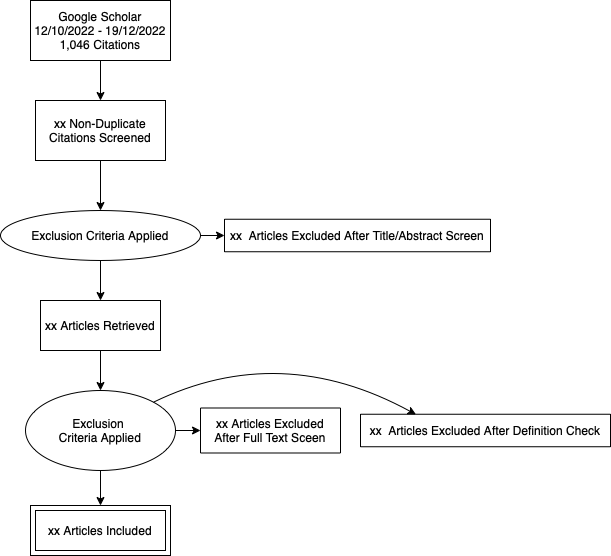
Above: images/PRISMA.png in itsaugat/sf_survey (draw.io), before the change. Source tidied: cells renumbered, new cells last; positions are measured from the earlier drawing's top-left corner, leaving out a move shared by most shapes. The source it was exported from:
```xml
<mxGraphModel>
  <root>
    <mxCell id="0" />
    <mxCell id="1" parent="0" />
    <mxCell id="2" value="Google Scholar&lt;br&gt;12/10/2022 - 19/12/2022&lt;br&gt;1,046 Citations" style="rounded=0;whiteSpace=wrap;html=1;" parent="1" vertex="1">
      <mxGeometry x="30" width="140" height="60" as="geometry" />
    </mxCell>
    <mxCell id="3" style="endArrow=classic;html=1;rounded=0;exitX=0.5;exitY=1;exitDx=0;exitDy=0;entryX=0.5;entryY=0;entryDx=0;entryDy=0;" parent="1" edge="1" source="2" target="4">
      <mxGeometry relative="1" as="geometry" />
    </mxCell>
    <mxCell id="4" value="xx Non-Duplicate&lt;br&gt;Citations Screened" style="rounded=0;whiteSpace=wrap;html=1;" parent="1" vertex="1">
      <mxGeometry x="35" y="100" width="130" height="60" as="geometry" />
    </mxCell>
    <mxCell id="5" style="edgeStyle=orthogonalEdgeStyle;rounded=0;jettySize=auto;html=1;exitX=1;exitY=0.5;exitDx=0;exitDy=0;entryX=0;entryY=0.5;entryDx=0;entryDy=0;" parent="1" edge="1" source="7" target="9">
      <mxGeometry relative="1" as="geometry" />
    </mxCell>
    <mxCell id="6" style="edgeStyle=orthogonalEdgeStyle;rounded=0;jettySize=auto;html=1;exitX=0.5;exitY=1;exitDx=0;exitDy=0;entryX=0.5;entryY=0;entryDx=0;entryDy=0;" parent="1" edge="1" source="7" target="11">
      <mxGeometry relative="1" as="geometry" />
    </mxCell>
    <mxCell id="7" value="Exclusion Criteria Applied" style="ellipse;whiteSpace=wrap;html=1;" parent="1" vertex="1">
      <mxGeometry y="210" width="200" height="50" as="geometry" />
    </mxCell>
    <mxCell id="8" style="endArrow=classic;html=1;rounded=0;exitX=0.5;exitY=1;exitDx=0;exitDy=0;entryX=0.5;entryY=0;entryDx=0;entryDy=0;" parent="1" edge="1" source="4" target="7">
      <mxGeometry relative="1" as="geometry" />
    </mxCell>
    <mxCell id="9" value="xx &amp;nbsp;Articles Excluded After Title/Abstract Screen" style="rounded=0;whiteSpace=wrap;html=1;" parent="1" vertex="1">
      <mxGeometry x="224" y="218.8" width="266" height="32.5" as="geometry" />
    </mxCell>
    <mxCell id="10" style="edgeStyle=orthogonalEdgeStyle;rounded=0;jettySize=auto;html=1;exitX=0.5;exitY=1;exitDx=0;exitDy=0;entryX=0.5;entryY=0;entryDx=0;entryDy=0;" parent="1" edge="1" source="11" target="14">
      <mxGeometry relative="1" as="geometry" />
    </mxCell>
    <mxCell id="11" value="xx Articles Retrieved" style="rounded=0;whiteSpace=wrap;html=1;" parent="1" vertex="1">
      <mxGeometry x="40" y="300" width="120" height="50" as="geometry" />
    </mxCell>
    <mxCell id="12" style="edgeStyle=orthogonalEdgeStyle;rounded=0;jettySize=auto;html=1;exitX=1;exitY=0.5;exitDx=0;exitDy=0;entryX=0;entryY=0.5;entryDx=0;entryDy=0;" parent="1" edge="1" source="14" target="15">
      <mxGeometry relative="1" as="geometry" />
    </mxCell>
    <mxCell id="13" style="edgeStyle=orthogonalEdgeStyle;curved=1;jettySize=auto;html=1;exitX=0.5;exitY=1;exitDx=0;exitDy=0;entryX=0.5;entryY=0;entryDx=0;entryDy=0;" parent="1" edge="1" source="14" target="19">
      <mxGeometry relative="1" as="geometry" />
    </mxCell>
    <mxCell id="14" value="Exclusion &lt;br&gt;Criteria Applied" style="ellipse;whiteSpace=wrap;html=1;" parent="1" vertex="1">
      <mxGeometry x="25" y="390" width="150" height="80" as="geometry" />
    </mxCell>
    <mxCell id="15" value="xx Articles Excluded&lt;br&gt;After Full Text Sceen" style="rounded=0;whiteSpace=wrap;html=1;" parent="1" vertex="1">
      <mxGeometry x="200" y="407.5" width="140" height="45" as="geometry" />
    </mxCell>
    <mxCell id="16" value="xx &amp;nbsp;Articles Excluded After Definition Check" style="rounded=0;whiteSpace=wrap;html=1;" parent="1" vertex="1">
      <mxGeometry x="360" y="413.8" width="250" height="32.5" as="geometry" />
    </mxCell>
    <mxCell id="17" style="endArrow=classic;html=1;curved=1;exitX=1;exitY=0;exitDx=0;exitDy=0;entryX=0.222;entryY=0.008;entryDx=0;entryDy=0;entryPerimeter=0;" parent="1" edge="1" source="14" target="16">
      <mxGeometry relative="1" as="geometry">
        <Array as="points">
          <mxPoint x="280" y="340" />
        </Array>
      </mxGeometry>
    </mxCell>
    <mxCell id="18" style="group;" parent="1" vertex="1">
      <mxGeometry x="30" y="505" width="140" height="50" as="geometry" />
    </mxCell>
    <mxCell id="19" style="rounded=0;whiteSpace=wrap;html=1;" parent="18" vertex="1">
      <mxGeometry width="140" height="50" as="geometry" />
    </mxCell>
    <mxCell id="20" value="xx Articles Included" style="rounded=0;whiteSpace=wrap;html=1;" parent="18" vertex="1">
      <mxGeometry x="5" y="5" width="130" height="40" as="geometry" />
    </mxCell>
  </root>
</mxGraphModel>
```
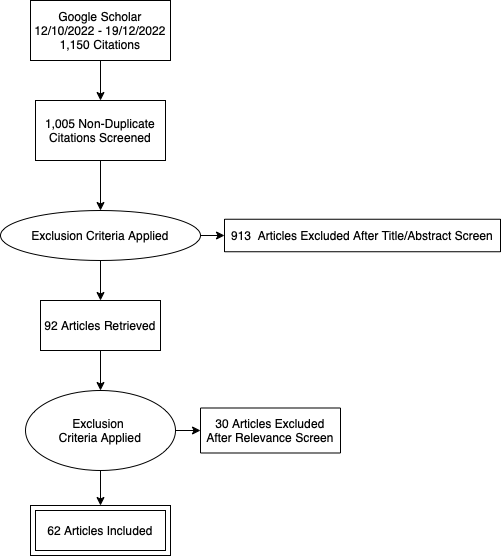
After the commit.

The edit, as a diff of the source:
```diff
@@ -2,13 +2,13 @@
   <root>
     <mxCell id="0" />
     <mxCell id="1" parent="0" />
-    <mxCell id="2" value="Google Scholar&lt;br&gt;12/10/2022 - 19/12/2022&lt;br&gt;1,046 Citations" style="rounded=0;whiteSpace=wrap;html=1;" parent="1" vertex="1">
+    <mxCell id="2" value="Google Scholar&lt;br&gt;12/10/2022 - 19/12/2022&lt;br&gt;1,150 Citations" style="rounded=0;whiteSpace=wrap;html=1;" parent="1" vertex="1">
       <mxGeometry x="30" width="140" height="60" as="geometry" />
     </mxCell>
     <mxCell id="3" style="endArrow=classic;html=1;rounded=0;exitX=0.5;exitY=1;exitDx=0;exitDy=0;entryX=0.5;entryY=0;entryDx=0;entryDy=0;" parent="1" edge="1" source="2" target="4">
       <mxGeometry relative="1" as="geometry" />
     </mxCell>
-    <mxCell id="4" value="xx Non-Duplicate&lt;br&gt;Citations Screened" style="rounded=0;whiteSpace=wrap;html=1;" parent="1" vertex="1">
+    <mxCell id="4" value="1,005 Non-Duplicate&lt;br&gt;Citations Screened" style="rounded=0;whiteSpace=wrap;html=1;" parent="1" vertex="1">
       <mxGeometry x="35" y="100" width="130" height="60" as="geometry" />
     </mxCell>
     <mxCell id="5" style="edgeStyle=orthogonalEdgeStyle;rounded=0;jettySize=auto;html=1;exitX=1;exitY=0.5;exitDx=0;exitDy=0;entryX=0;entryY=0.5;entryDx=0;entryDy=0;" parent="1" edge="1" source="7" target="9">
@@ -23,13 +23,13 @@
     <mxCell id="8" style="endArrow=classic;html=1;rounded=0;exitX=0.5;exitY=1;exitDx=0;exitDy=0;entryX=0.5;entryY=0;entryDx=0;entryDy=0;" parent="1" edge="1" source="4" target="7">
       <mxGeometry relative="1" as="geometry" />
     </mxCell>
-    <mxCell id="9" value="xx &amp;nbsp;Articles Excluded After Title/Abstract Screen" style="rounded=0;whiteSpace=wrap;html=1;" parent="1" vertex="1">
-      <mxGeometry x="224" y="218.8" width="266" height="32.5" as="geometry" />
+    <mxCell id="9" value="913 &amp;nbsp;Articles Excluded After Title/Abstract Screen" style="rounded=0;whiteSpace=wrap;html=1;" parent="1" vertex="1">
+      <mxGeometry x="224" y="218.8" width="276" height="32.5" as="geometry" />
     </mxCell>
     <mxCell id="10" style="edgeStyle=orthogonalEdgeStyle;rounded=0;jettySize=auto;html=1;exitX=0.5;exitY=1;exitDx=0;exitDy=0;entryX=0.5;entryY=0;entryDx=0;entryDy=0;" parent="1" edge="1" source="11" target="14">
       <mxGeometry relative="1" as="geometry" />
     </mxCell>
-    <mxCell id="11" value="xx Articles Retrieved" style="rounded=0;whiteSpace=wrap;html=1;" parent="1" vertex="1">
+    <mxCell id="11" value="92 Articles Retrieved" style="rounded=0;whiteSpace=wrap;html=1;" parent="1" vertex="1">
       <mxGeometry x="40" y="300" width="120" height="50" as="geometry" />
     </mxCell>
     <mxCell id="12" style="edgeStyle=orthogonalEdgeStyle;rounded=0;jettySize=auto;html=1;exitX=1;exitY=0.5;exitDx=0;exitDy=0;entryX=0;entryY=0.5;entryDx=0;entryDy=0;" parent="1" edge="1" source="14" target="15">
@@ -41,26 +41,16 @@
     <mxCell id="14" value="Exclusion &lt;br&gt;Criteria Applied" style="ellipse;whiteSpace=wrap;html=1;" parent="1" vertex="1">
       <mxGeometry x="25" y="390" width="150" height="80" as="geometry" />
     </mxCell>
-    <mxCell id="15" value="xx Articles Excluded&lt;br&gt;After Full Text Sceen" style="rounded=0;whiteSpace=wrap;html=1;" parent="1" vertex="1">
+    <mxCell id="15" value="30 Articles Excluded&lt;br&gt;After Relevance Screen" style="rounded=0;whiteSpace=wrap;html=1;" parent="1" vertex="1">
       <mxGeometry x="200" y="407.5" width="140" height="45" as="geometry" />
     </mxCell>
-    <mxCell id="16" value="xx &amp;nbsp;Articles Excluded After Definition Check" style="rounded=0;whiteSpace=wrap;html=1;" parent="1" vertex="1">
-      <mxGeometry x="360" y="413.8" width="250" height="32.5" as="geometry" />
-    </mxCell>
-    <mxCell id="17" style="endArrow=classic;html=1;curved=1;exitX=1;exitY=0;exitDx=0;exitDy=0;entryX=0.222;entryY=0.008;entryDx=0;entryDy=0;entryPerimeter=0;" parent="1" edge="1" source="14" target="16">
-      <mxGeometry relative="1" as="geometry">
-        <Array as="points">
-          <mxPoint x="280" y="340" />
-        </Array>
-      </mxGeometry>
-    </mxCell>
     <mxCell id="18" style="group;" parent="1" vertex="1">
       <mxGeometry x="30" y="505" width="140" height="50" as="geometry" />
     </mxCell>
     <mxCell id="19" style="rounded=0;whiteSpace=wrap;html=1;" parent="18" vertex="1">
       <mxGeometry width="140" height="50" as="geometry" />
     </mxCell>
-    <mxCell id="20" value="xx Articles Included" style="rounded=0;whiteSpace=wrap;html=1;" parent="18" vertex="1">
+    <mxCell id="20" value="62 Articles Included" style="rounded=0;whiteSpace=wrap;html=1;" parent="18" vertex="1">
       <mxGeometry x="5" y="5" width="130" height="40" as="geometry" />
     </mxCell>
   </root>
```
